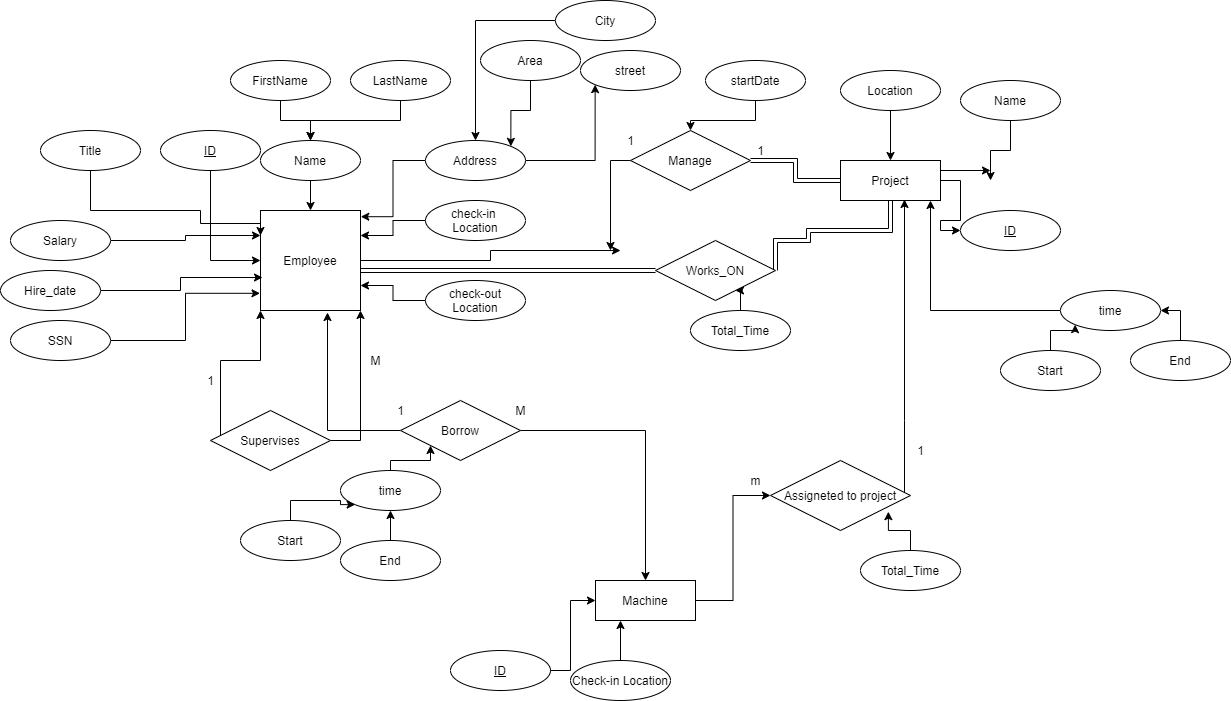
aymanred121/IGEC-Logging-App-Project keeps this draw.io diagram as ERD.png. Above is the earlier version. Source tidied: cells renumbered, new cells last; positions are measured from the earlier drawing's top-left corner, leaving out a move shared by most shapes.
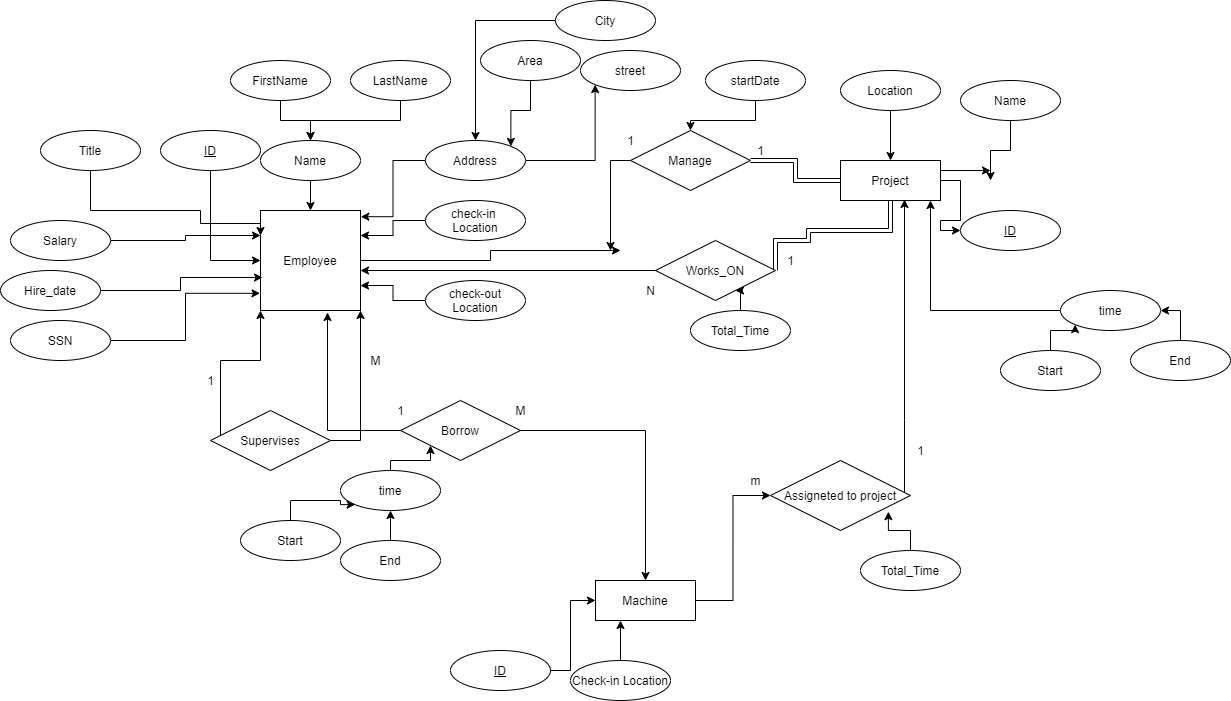
The same diagram one commit later.

Change to the diagram source:
```diff
@@ -164,7 +164,7 @@
     <mxCell id="45" value="1" style="text;html=1;align=center;verticalAlign=middle;strokeColor=none;" parent="1" vertex="1">
       <mxGeometry x="620" y="130" width="20" height="20" as="geometry" />
     </mxCell>
-    <mxCell id="46" style="edgeStyle=orthogonalEdgeStyle;rounded=0;jettySize=auto;html=1;entryX=1;entryY=0.6;entryDx=0;entryDy=0;entryPerimeter=0;strokeColor=#000000;strokeWidth=1;shape=link;" parent="1" edge="1" source="47" target="3">
+    <mxCell id="46" style="edgeStyle=orthogonalEdgeStyle;rounded=0;jettySize=auto;html=1;entryX=1;entryY=0.6;entryDx=0;entryDy=0;entryPerimeter=0;strokeColor=#000000;strokeWidth=1;" parent="1" edge="1" source="47" target="3">
       <mxGeometry relative="1" as="geometry" />
     </mxCell>
     <mxCell id="47" value="Works_ON" style="shape=rhombus;perimeter=rhombusPerimeter;whiteSpace=wrap;html=1;align=center;" parent="1" vertex="1">
@@ -306,5 +306,11 @@
     <mxCell id="85" value="startDate" style="ellipse;whiteSpace=wrap;html=1;align=center;" parent="1" vertex="1">
       <mxGeometry x="705" y="60" width="100" height="40" as="geometry" />
     </mxCell>
+    <mxCell id="86" value="N" style="text;html=1;align=center;verticalAlign=middle;strokeColor=none;" parent="1" vertex="1">
+      <mxGeometry x="640" y="280" width="20" height="20" as="geometry" />
+    </mxCell>
+    <mxCell id="87" value="1" style="text;html=1;align=center;verticalAlign=middle;strokeColor=none;" parent="1" vertex="1">
+      <mxGeometry x="780" y="250" width="20" height="20" as="geometry" />
+    </mxCell>
   </root>
 </mxGraphModel>
```
